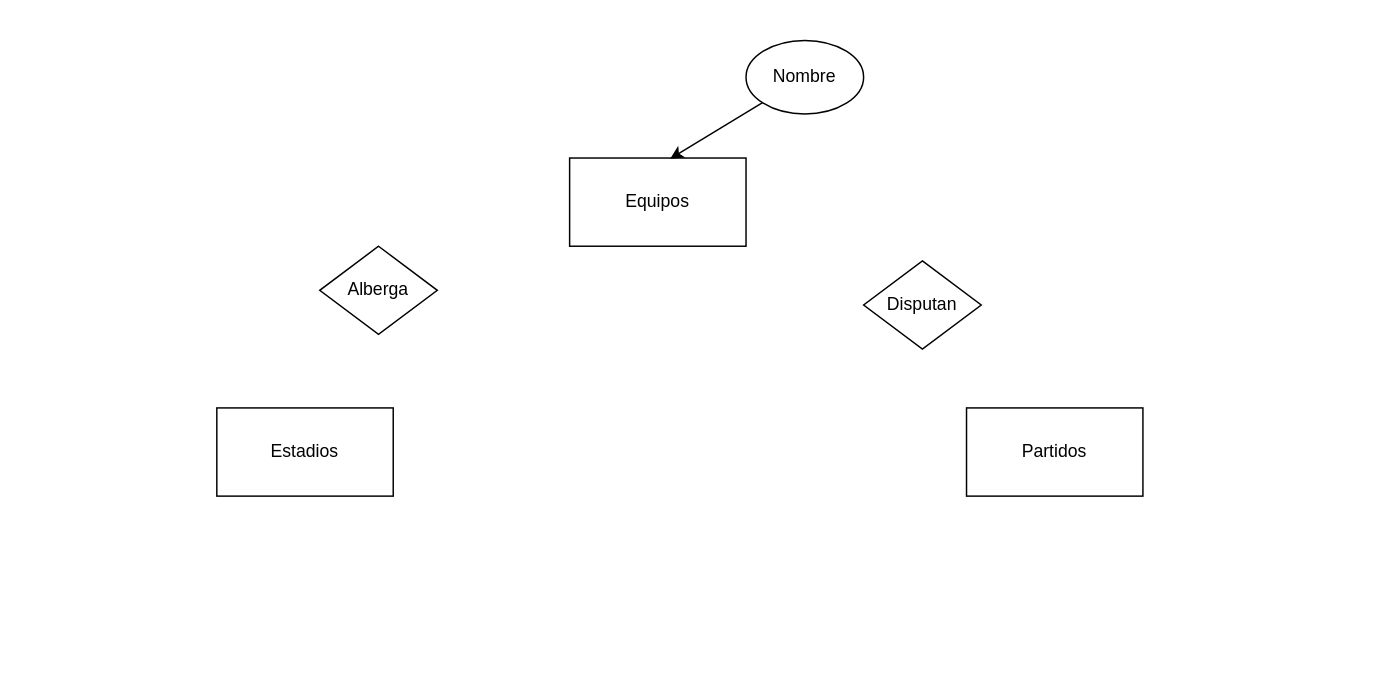
pedronieto84/lowcode-nocode keeps this draw.io diagram as futbol.drawio. Above is the earlier version. Source tidied: cells renumbered, new cells numbered last; positions are measured from the earlier drawing's top-left corner, leaving out a move shared by most shapes. Both pictures are drawn from the tidied source at 147%, with x=0, y=0 at pixel (216, 40).
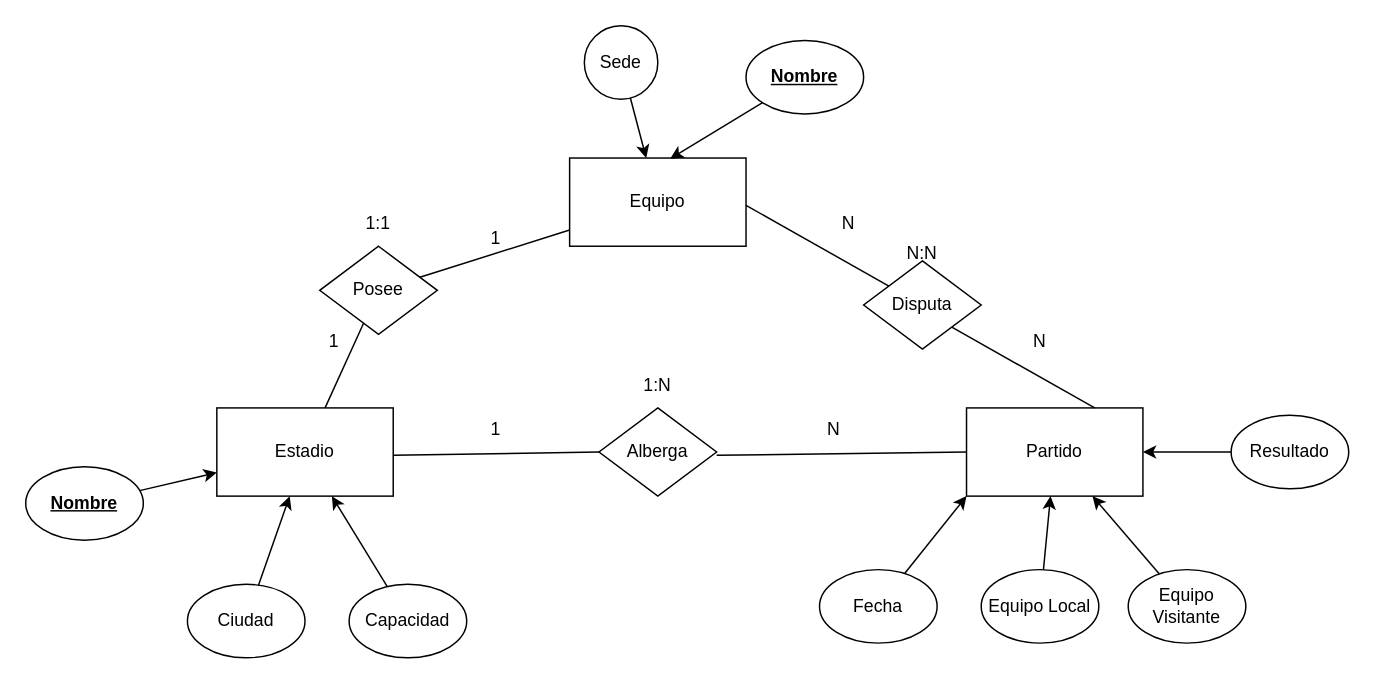
After the change.

Commit message:
Ejercicio 2 Liga futbol. Completado.

Diff of the diagram source:
```diff
@@
-    <mxCell id="2" value="Equipos" style="rounded=0;whiteSpace=wrap;html=1;" parent="1" vertex="1">
+    <mxCell id="2" value="Equipo" style="rounded=0;whiteSpace=wrap;html=1;" parent="1" vertex="1">
       <mxGeometry x="240" y="80" width="120" height="60" as="geometry" />
     </mxCell>
+    <mxCell id="9" style="edgeStyle=none;html=1;endArrow=none;endFill=0;" parent="1" edge="1" source="3" target="7">
+      <mxGeometry relative="1" as="geometry" />
+    </mxCell>
-    <mxCell id="3" value="Estadios" style="rounded=0;whiteSpace=wrap;html=1;" parent="1" vertex="1">
+    <mxCell id="3" value="Estadio" style="rounded=0;whiteSpace=wrap;html=1;" parent="1" vertex="1">
       <mxGeometry y="250" width="120" height="60" as="geometry" />
     </mxCell>
-    <mxCell id="4" value="Partidos" style="rounded=0;whiteSpace=wrap;html=1;" parent="1" vertex="1">
+    <mxCell id="4" value="Partido" style="rounded=0;whiteSpace=wrap;html=1;" parent="1" vertex="1">
       <mxGeometry x="510" y="250" width="120" height="60" as="geometry" />
     </mxCell>
@@
-    <mxCell id="6" value="Nombre" style="ellipse;whiteSpace=wrap;html=1;" parent="1" vertex="1">
+    <mxCell id="6" value="Nombre" style="ellipse;whiteSpace=wrap;html=1;fontStyle=5;" parent="1" vertex="1">
       <mxGeometry x="360" width="80" height="50" as="geometry" />
     </mxCell>
+    <mxCell id="10" style="edgeStyle=none;html=1;endArrow=none;endFill=0;" parent="1" edge="1" source="7" target="2">
+      <mxGeometry relative="1" as="geometry" />
+    </mxCell>
-    <mxCell id="7" value="Alberga" style="rhombus;whiteSpace=wrap;html=1;" parent="1" vertex="1">
+    <mxCell id="7" value="Posee" style="rhombus;whiteSpace=wrap;html=1;" parent="1" vertex="1">
       <mxGeometry x="70" y="140" width="80" height="60" as="geometry" />
     </mxCell>
-    <mxCell id="8" value="Disputan" style="rhombus;whiteSpace=wrap;html=1;" parent="1" vertex="1">
+    <mxCell id="8" value="Disputa" style="rhombus;whiteSpace=wrap;html=1;" parent="1" vertex="1">
       <mxGeometry x="440" y="150" width="80" height="60" as="geometry" />
     </mxCell>
+    <mxCell id="11" style="edgeStyle=none;html=1;endArrow=classic;endFill=1;" parent="1" edge="1" source="12" target="2">
+      <mxGeometry relative="1" as="geometry" />
+    </mxCell>
+    <mxCell id="12" value="Sede" style="ellipse;whiteSpace=wrap;html=1;" parent="1" vertex="1">
+      <mxGeometry x="250" y="-10" width="50" height="50" as="geometry" />
+    </mxCell>
+    <mxCell id="13" style="edgeStyle=none;html=1;endArrow=classic;endFill=1;" parent="1" edge="1" source="14" target="3">
+      <mxGeometry relative="1" as="geometry" />
+    </mxCell>
+    <mxCell id="14" value="Ciudad" style="ellipse;whiteSpace=wrap;html=1;" parent="1" vertex="1">
+      <mxGeometry x="-20" y="370" width="80" height="50" as="geometry" />
+    </mxCell>
+    <mxCell id="15" style="edgeStyle=none;html=1;endArrow=classic;endFill=1;" parent="1" edge="1" source="16" target="3">
+      <mxGeometry relative="1" as="geometry" />
+    </mxCell>
+    <mxCell id="16" value="Capacidad" style="ellipse;whiteSpace=wrap;html=1;" parent="1" vertex="1">
+      <mxGeometry x="90" y="370" width="80" height="50" as="geometry" />
+    </mxCell>
+    <mxCell id="17" style="edgeStyle=none;html=1;endArrow=none;endFill=0;" parent="1" edge="1" target="8">
+      <mxGeometry relative="1" as="geometry">
+        <mxPoint x="360" y="112.2" as="sourcePoint" />
+      </mxGeometry>
+    </mxCell>
+    <mxCell id="18" style="edgeStyle=none;html=1;endArrow=none;endFill=0;" parent="1" edge="1">
+      <mxGeometry relative="1" as="geometry">
+        <mxPoint x="500" y="195.1" as="sourcePoint" />
+        <mxPoint x="597.2" y="250" as="targetPoint" />
+      </mxGeometry>
+    </mxCell>
+    <mxCell id="19" style="edgeStyle=none;html=1;entryX=0;entryY=1;entryDx=0;entryDy=0;endArrow=classic;endFill=1;" parent="1" edge="1" source="20" target="4">
+      <mxGeometry relative="1" as="geometry" />
+    </mxCell>
+    <mxCell id="20" value="Fecha" style="ellipse;whiteSpace=wrap;html=1;" parent="1" vertex="1">
+      <mxGeometry x="410" y="360" width="80" height="50" as="geometry" />
+    </mxCell>
+    <mxCell id="21" style="edgeStyle=none;html=1;endArrow=classic;endFill=1;" parent="1" edge="1" source="22" target="4">
+      <mxGeometry relative="1" as="geometry" />
+    </mxCell>
+    <mxCell id="22" value="Equipo Local" style="ellipse;whiteSpace=wrap;html=1;" parent="1" vertex="1">
+      <mxGeometry x="520" y="360" width="80" height="50" as="geometry" />
+    </mxCell>
+    <mxCell id="23" style="edgeStyle=none;html=1;endArrow=classic;endFill=1;" parent="1" edge="1" source="24" target="4">
+      <mxGeometry relative="1" as="geometry" />
+    </mxCell>
+    <mxCell id="24" value="Equipo Visitante" style="ellipse;whiteSpace=wrap;html=1;" parent="1" vertex="1">
+      <mxGeometry x="620" y="360" width="80" height="50" as="geometry" />
+    </mxCell>
+    <mxCell id="25" value="Alberga" style="rhombus;whiteSpace=wrap;html=1;" parent="1" vertex="1">
+      <mxGeometry x="260" y="250" width="80" height="60" as="geometry" />
+    </mxCell>
+    <mxCell id="26" style="edgeStyle=none;html=1;endArrow=none;endFill=0;entryX=0;entryY=0.5;entryDx=0;entryDy=0;" parent="1" edge="1" target="25">
+      <mxGeometry relative="1" as="geometry">
+        <mxPoint x="120" y="282.2" as="sourcePoint" />
+      </mxGeometry>
+    </mxCell>
+    <mxCell id="27" style="edgeStyle=none;html=1;endArrow=none;endFill=0;entryX=0;entryY=0.5;entryDx=0;entryDy=0;" parent="1" edge="1" target="4">
+      <mxGeometry relative="1" as="geometry">
+        <mxPoint x="340" y="282.2" as="sourcePoint" />
+      </mxGeometry>
+    </mxCell>
+    <mxCell id="28" style="edgeStyle=none;html=1;endArrow=classic;endFill=1;" parent="1" edge="1" source="29" target="3">
+      <mxGeometry relative="1" as="geometry" />
+    </mxCell>
+    <mxCell id="29" value="Nombre" style="ellipse;whiteSpace=wrap;html=1;fontStyle=5;" parent="1" vertex="1">
+      <mxGeometry x="-130" y="290" width="80" height="50" as="geometry" />
+    </mxCell>
+    <mxCell id="30" value="N" style="text;html=1;strokeColor=none;fillColor=none;align=center;verticalAlign=middle;whiteSpace=wrap;rounded=0;" parent="1" vertex="1">
+      <mxGeometry x="400" y="110" width="60" height="30" as="geometry" />
+    </mxCell>
+    <mxCell id="31" value="N" style="text;html=1;strokeColor=none;fillColor=none;align=center;verticalAlign=middle;whiteSpace=wrap;rounded=0;" parent="1" vertex="1">
+      <mxGeometry x="530" y="190" width="60" height="30" as="geometry" />
+    </mxCell>
+    <mxCell id="32" style="edgeStyle=none;html=1;endArrow=classic;endFill=1;" parent="1" edge="1" source="33" target="4">
+      <mxGeometry relative="1" as="geometry" />
+    </mxCell>
+    <mxCell id="33" value="Resultado" style="ellipse;whiteSpace=wrap;html=1;" parent="1" vertex="1">
+      <mxGeometry x="690" y="255" width="80" height="50" as="geometry" />
+    </mxCell>
+    <mxCell id="34" value="N:N" style="text;html=1;strokeColor=none;fillColor=none;align=center;verticalAlign=middle;whiteSpace=wrap;rounded=0;" parent="1" vertex="1">
+      <mxGeometry x="450" y="130" width="60" height="30" as="geometry" />
+    </mxCell>
+    <mxCell id="35" value="1:N" style="text;html=1;strokeColor=none;fillColor=none;align=center;verticalAlign=middle;whiteSpace=wrap;rounded=0;" parent="1" vertex="1">
+      <mxGeometry x="270" y="220" width="60" height="30" as="geometry" />
+    </mxCell>
+    <mxCell id="36" value="N" style="text;html=1;strokeColor=none;fillColor=none;align=center;verticalAlign=middle;whiteSpace=wrap;rounded=0;" parent="1" vertex="1">
+      <mxGeometry x="390" y="250" width="60" height="30" as="geometry" />
+    </mxCell>
+    <mxCell id="37" value="1" style="text;html=1;strokeColor=none;fillColor=none;align=center;verticalAlign=middle;whiteSpace=wrap;rounded=0;" parent="1" vertex="1">
+      <mxGeometry x="160" y="250" width="60" height="30" as="geometry" />
+    </mxCell>
+    <mxCell id="38" value="1:1" style="text;html=1;strokeColor=none;fillColor=none;align=center;verticalAlign=middle;whiteSpace=wrap;rounded=0;" parent="1" vertex="1">
+      <mxGeometry x="80" y="110" width="60" height="30" as="geometry" />
+    </mxCell>
+    <mxCell id="39" value="1" style="text;html=1;strokeColor=none;fillColor=none;align=center;verticalAlign=middle;whiteSpace=wrap;rounded=0;" parent="1" vertex="1">
+      <mxGeometry x="160" y="120" width="60" height="30" as="geometry" />
+    </mxCell>
+    <mxCell id="40" value="1" style="text;html=1;strokeColor=none;fillColor=none;align=center;verticalAlign=middle;whiteSpace=wrap;rounded=0;" parent="1" vertex="1">
+      <mxGeometry x="50" y="190" width="60" height="30" as="geometry" />
+    </mxCell>
```
